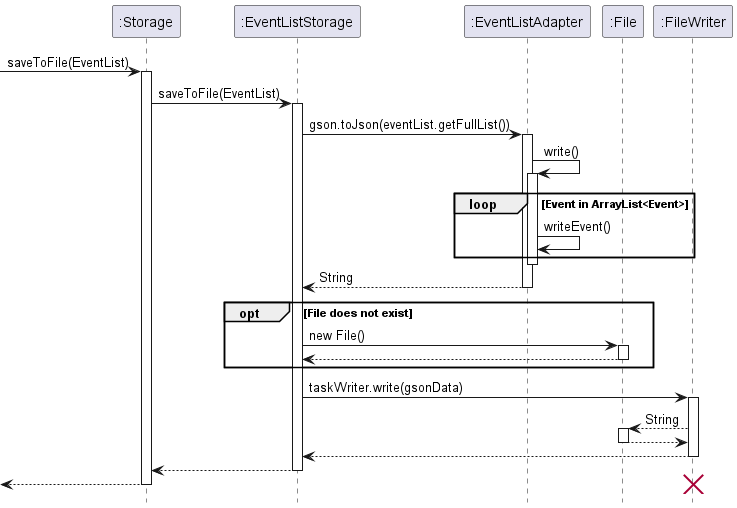
Before: docs/UML/Images/SaveToFile.png, a diagram exported from PlantUML (nus-cs2113-AY2223S2/tp).
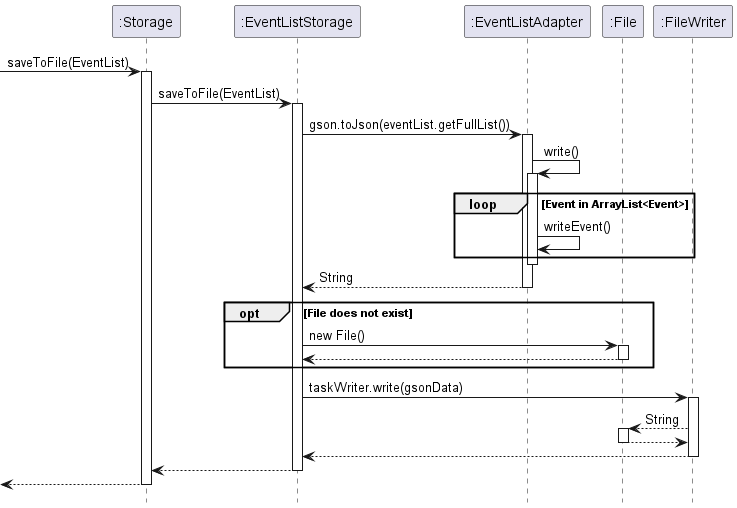
After the commit.

What changed in the source:
```diff
@@ -32,6 +32,5 @@
     deactivate ":EventListStorage"
     <-- ":Storage"
     deactivate ":Storage"
-    destroy ":FileWriter"
 
 @enduml
```
